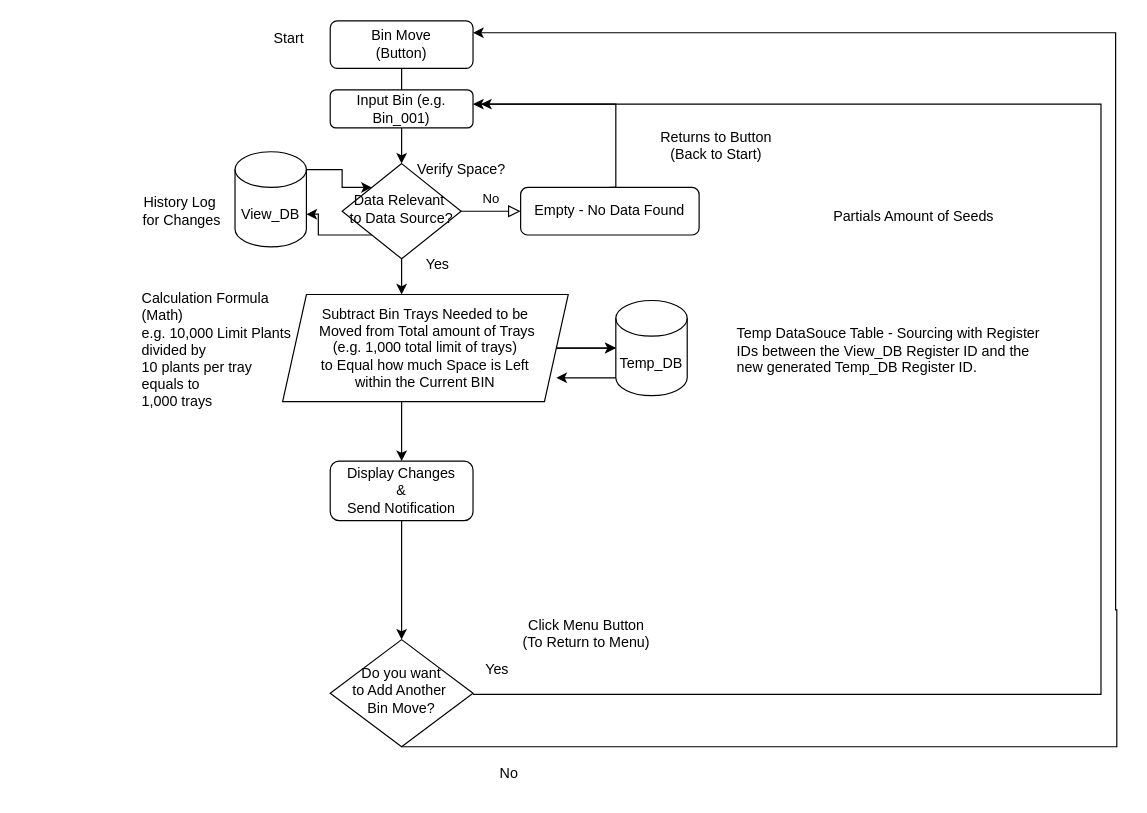
The draw.io diagram KWS-001_TransplantBinTrayApp.drawio in Jmeza01/KWS-BinTrayApp, before the edit. Source tidied: cells renumbered, new cells numbered last; positions are measured from the earlier drawing's top-left corner, leaving out a move shared by most shapes. Both pictures are drawn from the tidied source at 119%, with x=0, y=0 at pixel (127, 20).
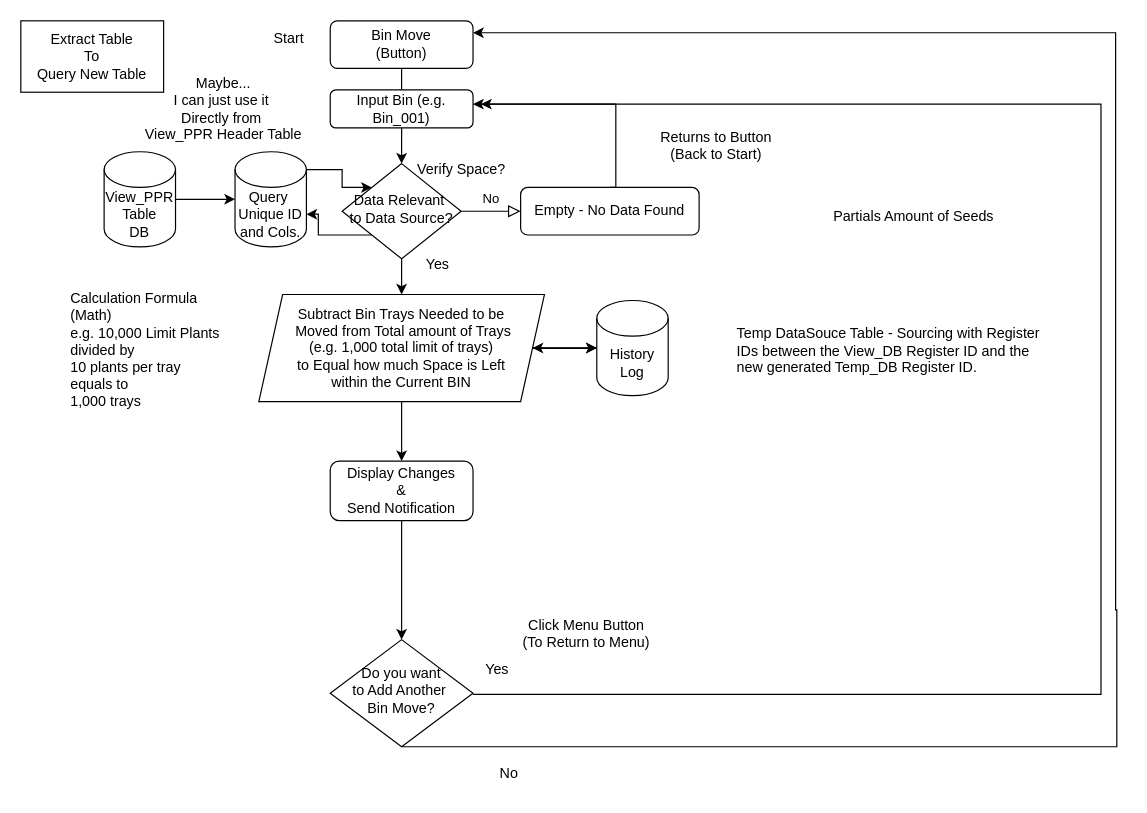
Above is the later version.

Unchanged cells that the change refers to:
```xml
<mxCell id="6" value="Data Relevant&amp;nbsp;&lt;br&gt;to Data Source?" style="rhombus;whiteSpace=wrap;html=1;shadow=0;fontFamily=Helvetica;fontSize=12;align=center;strokeWidth=1;spacing=6;spacingTop=-4;" parent="1" vertex="1">
  <mxGeometry x="180" y="120" width="100" height="80" as="geometry" />
</mxCell>
```

Diff of the diagram source:
```diff
@@
     <mxCell id="5" style="edgeStyle=orthogonalEdgeStyle;rounded=0;jettySize=auto;html=1;" parent="1" edge="1" source="6" target="17">
-      <mxGeometry relative="1" as="geometry">
-        <Array as="points">
-          <mxPoint x="230" y="230" />
-          <mxPoint x="230" y="230" />
-        </Array>
-      </mxGeometry>
+      <mxGeometry relative="1" as="geometry" />
     </mxCell>
@@
     <mxCell id="17" value="Subtract Bin Trays Needed to be&lt;br&gt;&amp;nbsp;Moved&amp;nbsp;from Total amount of Trays &lt;br&gt;(e.g. 1,000 total limit of trays)&lt;br&gt;to Equal how much Space is Left&lt;br&gt;within the Current BIN" style="shape=parallelogram;perimeter=parallelogramPerimeter;whiteSpace=wrap;html=1;fixedSize=1;" parent="1" vertex="1">
-      <mxGeometry x="130" y="230" width="240" height="90" as="geometry" />
+      <mxGeometry x="110" y="230" width="240" height="90" as="geometry" />
     </mxCell>
@@
-    <mxCell id="22" style="edgeStyle=orthogonalEdgeStyle;rounded=0;jettySize=auto;html=1;exitX=0;exitY=1;exitDx=0;exitDy=-15;exitPerimeter=0;" parent="1" edge="1" source="23">
-      <mxGeometry relative="1" as="geometry">
-        <mxPoint x="360" y="300" as="targetPoint" />
-      </mxGeometry>
-    </mxCell>
+    <mxCell id="36" style="edgeStyle=orthogonalEdgeStyle;rounded=0;jettySize=auto;html=1;" parent="1" edge="1" source="23" target="17">
+      <mxGeometry relative="1" as="geometry" />
+    </mxCell>
-    <mxCell id="23" value="Temp_DB" style="shape=cylinder3;whiteSpace=wrap;html=1;boundedLbl=1;backgroundOutline=1;size=15;" parent="1" vertex="1">
-      <mxGeometry x="410" y="235" width="60" height="80" as="geometry" />
+    <mxCell id="23" value="History Log" style="shape=cylinder3;whiteSpace=wrap;html=1;boundedLbl=1;backgroundOutline=1;size=15;" parent="1" vertex="1">
+      <mxGeometry x="394" y="235" width="60" height="80" as="geometry" />
     </mxCell>
-    <mxCell id="24" value="View_DB" style="shape=cylinder3;whiteSpace=wrap;html=1;boundedLbl=1;backgroundOutline=1;size=15;" parent="1" vertex="1">
+    <mxCell id="24" value="Query&amp;nbsp;&lt;br&gt;Unique ID&lt;br&gt;and Cols." style="shape=cylinder3;whiteSpace=wrap;html=1;boundedLbl=1;backgroundOutline=1;size=15;" parent="1" vertex="1">
       <mxGeometry x="90" y="110" width="60" height="80" as="geometry" />
     </mxCell>
@@
     <mxCell id="28" value="Calculation Formula&#10; (Math)&#10; e.g. 10,000 Limit Plants &#10;divided by &#10;10 plants per tray &#10;equals to&#10;1,000 trays" style="text;whiteSpace=wrap;html=1;" parent="1" vertex="1">
-      <mxGeometry x="10" y="220" width="160" height="120" as="geometry" />
+      <mxGeometry x="-50" y="220" width="160" height="120" as="geometry" />
     </mxCell>
@@
-    <mxCell id="33" value="History Log&amp;nbsp;&lt;br&gt;for Changes" style="text;html=1;align=center;verticalAlign=middle;strokeColor=none;fillColor=none;" parent="1" vertex="1">
-      <mxGeometry y="140" width="90" height="40" as="geometry" />
-    </mxCell>
@@
+    <mxCell id="37" style="edgeStyle=orthogonalEdgeStyle;rounded=0;jettySize=auto;html=1;" parent="1" edge="1" source="38" target="24">
+      <mxGeometry relative="1" as="geometry" />
+    </mxCell>
+    <mxCell id="38" value="View_PPR Table&lt;br&gt;DB" style="shape=cylinder3;whiteSpace=wrap;html=1;boundedLbl=1;backgroundOutline=1;size=15;" parent="1" vertex="1">
+      <mxGeometry x="-20" y="110" width="60" height="80" as="geometry" />
+    </mxCell>
+    <mxCell id="39" value="Maybe...&lt;br&gt;I can just use it&amp;nbsp;&lt;br&gt;Directly from&amp;nbsp;&lt;br&gt;View_PPR Header Table" style="text;html=1;align=center;verticalAlign=middle;strokeColor=none;fillColor=none;" parent="1" vertex="1">
+      <mxGeometry y="39" width="160" height="70" as="geometry" />
+    </mxCell>
+    <mxCell id="40" value="Extract Table&lt;br&gt;To&lt;br&gt;Query New Table" style="whiteSpace=wrap;html=1;" parent="1" vertex="1">
+      <mxGeometry x="-90" width="120" height="60" as="geometry" />
+    </mxCell>
```
